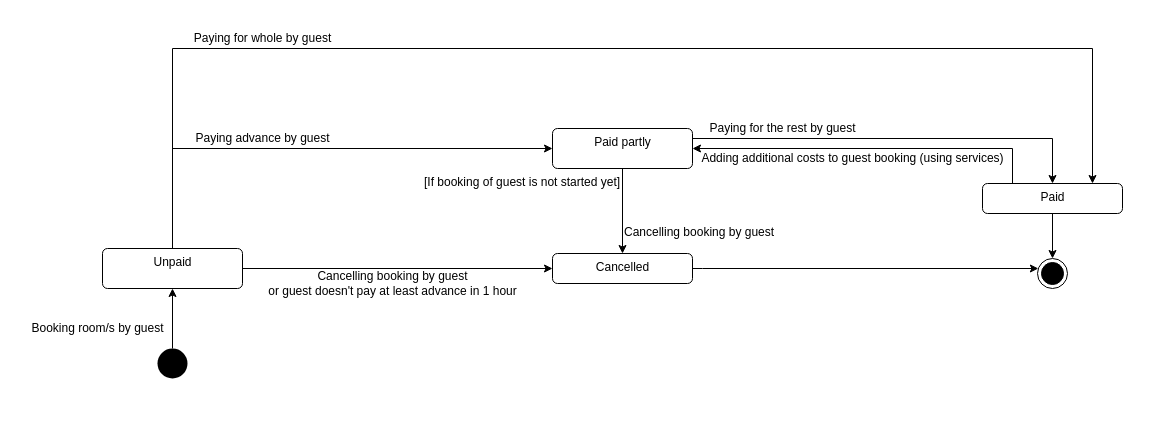
Before: hotel-management-state-diagram.drawio in syndaez/hotel-management, a draw.io diagram. Source tidied: cells renumbered, new cells numbered last; positions are measured from the earlier drawing's top-left corner, leaving out a move shared by most shapes. Both pictures are drawn from the tidied source at 100%, with x=0, y=0 at pixel (22, 28).
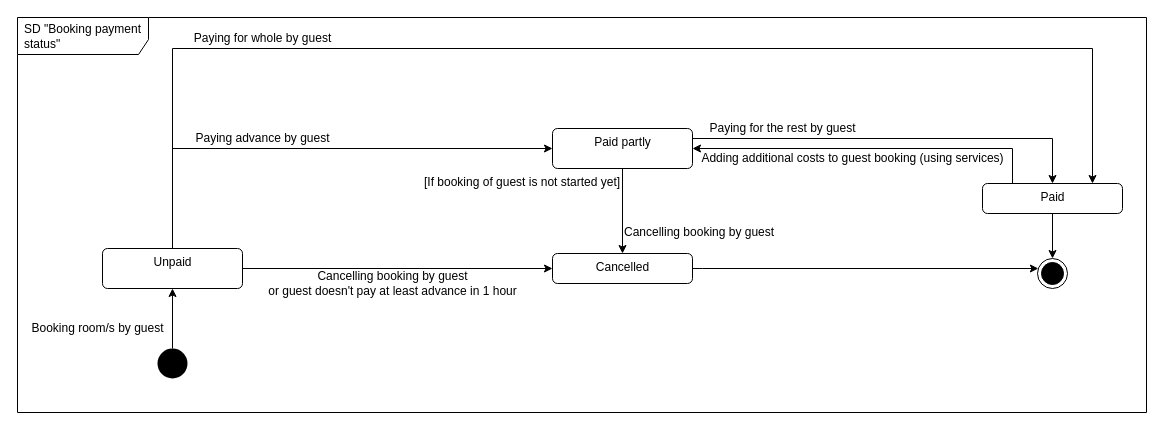
The same diagram, later.

What changed in the source:
```diff
@@
+    <mxCell id="25" value="SD &quot;Booking payment status&quot;" style="shape=umlFrame;whiteSpace=wrap;html=1;width=131;height=37;boundedLbl=1;verticalAlign=middle;align=left;spacingLeft=5;" parent="1" vertex="1">
+      <mxGeometry x="-5" y="-11" width="1129" height="395" as="geometry" />
+    </mxCell>
```
